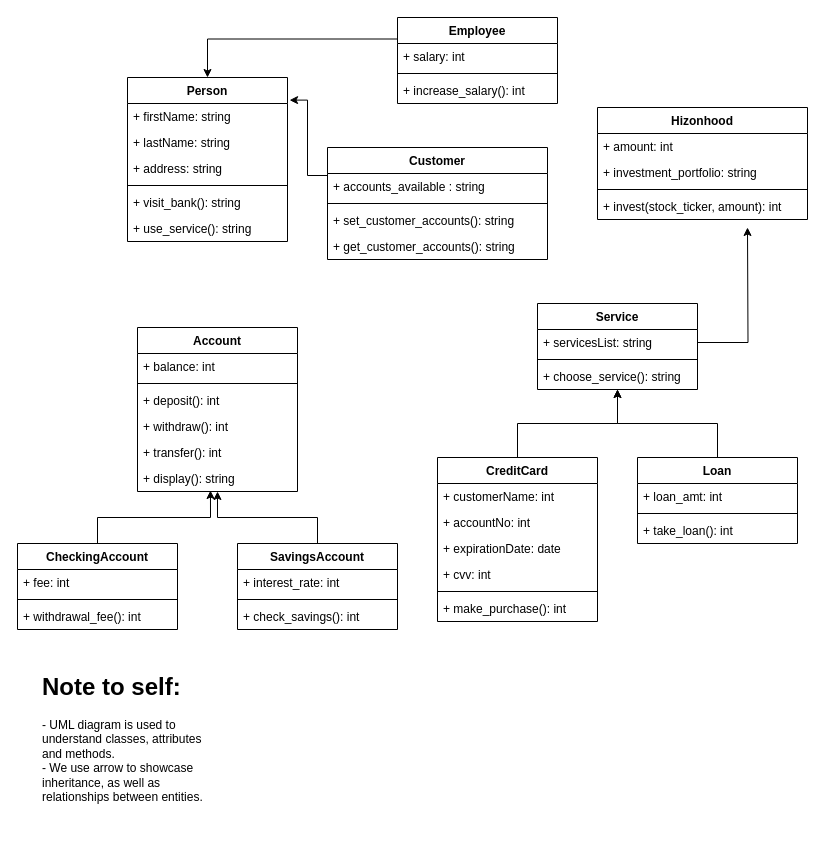
The draw.io diagram Banking_System2.drawio in JamesHizon/Axiom_Energy_Application, before the edit. Source tidied: cells renumbered, new cells numbered last; positions are measured from the earlier drawing's top-left corner, leaving out a move shared by most shapes. Both pictures are drawn from the tidied source at 100%, with x=0, y=0 at pixel (17, 17).
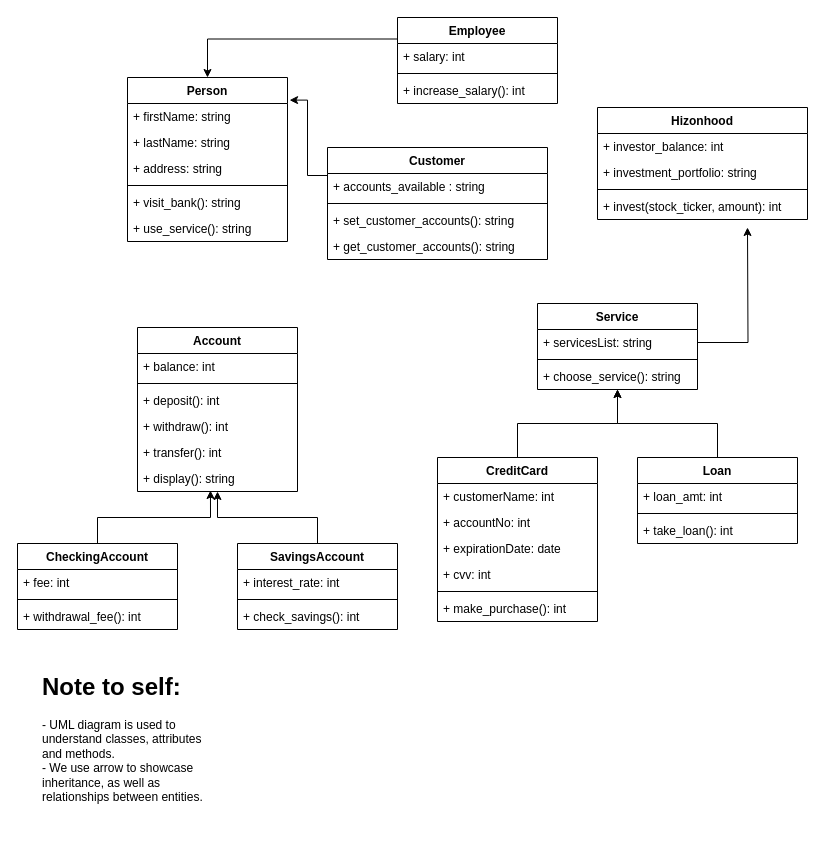
After the change.

Unchanged cells that the change refers to:
```xml
<mxCell id="56" value="Hizonhood" style="swimlane;fontStyle=1;align=center;verticalAlign=top;horizontal=1;startSize=26;" parent="1" vertex="1">
  <mxGeometry x="580" y="90" width="210" height="112" as="geometry" />
</mxCell>
```

The edit, as a diff of the source:
```diff
@@
-    <mxCell id="57" value="+ amount: int" style="text;strokeColor=none;fillColor=none;align=left;verticalAlign=top;spacingLeft=4;spacingRight=4;overflow=hidden;" parent="56" vertex="1">
+    <mxCell id="57" value="+ investor_balance: int" style="text;strokeColor=none;fillColor=none;align=left;verticalAlign=top;spacingLeft=4;spacingRight=4;overflow=hidden;" parent="56" vertex="1">
       <mxGeometry y="26" width="210" height="26" as="geometry" />
     </mxCell>
```
